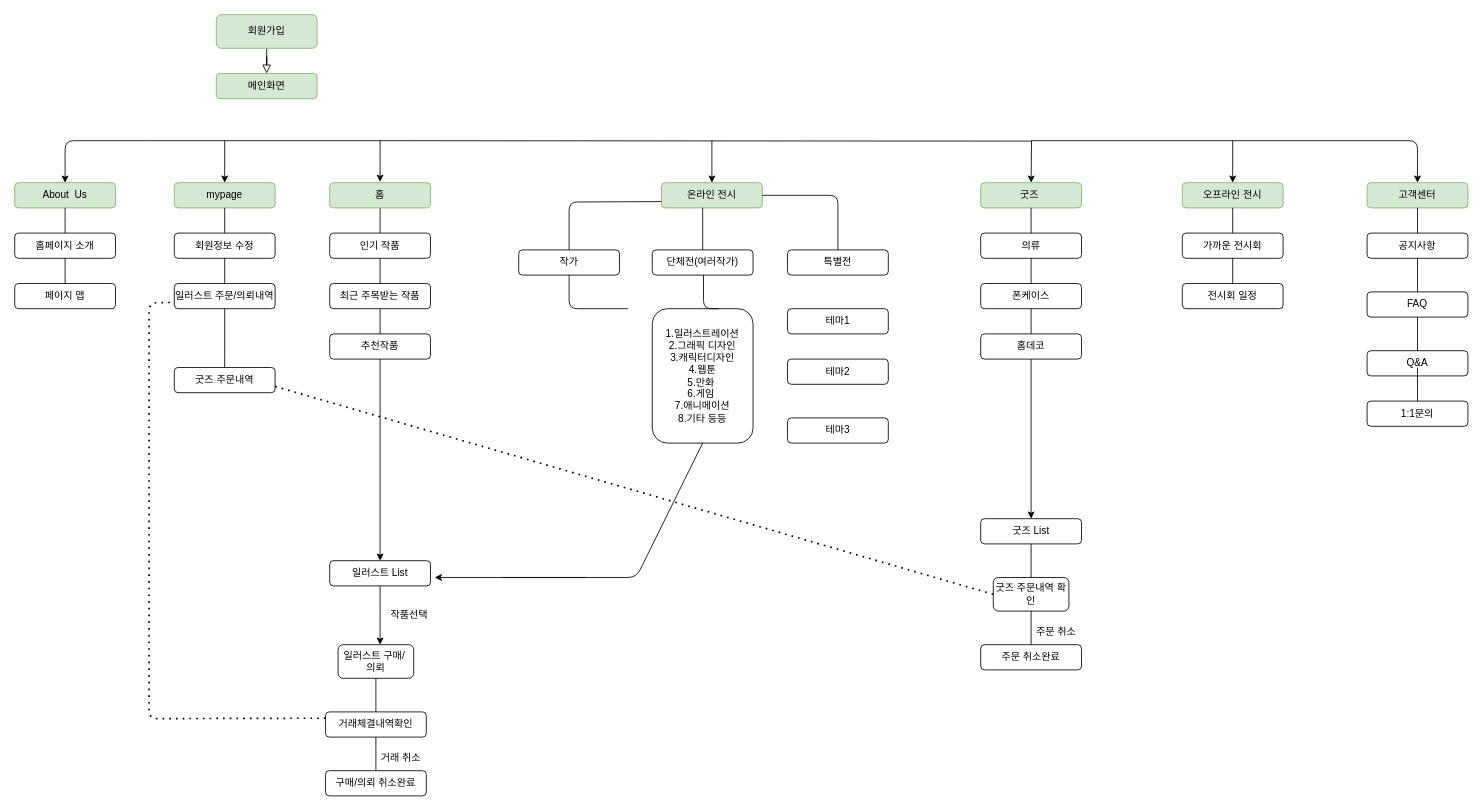
This is 일러스트거래웹flowchart01.drawio from hek316/temp, a draw.io file, before an edit. Source tidied: cells renumbered, new cells numbered last; positions are measured from the earlier drawing's top-left corner, leaving out a move shared by most shapes. Both pictures are drawn from the tidied source at 84%, with x=0, y=0 at pixel (14, 14).
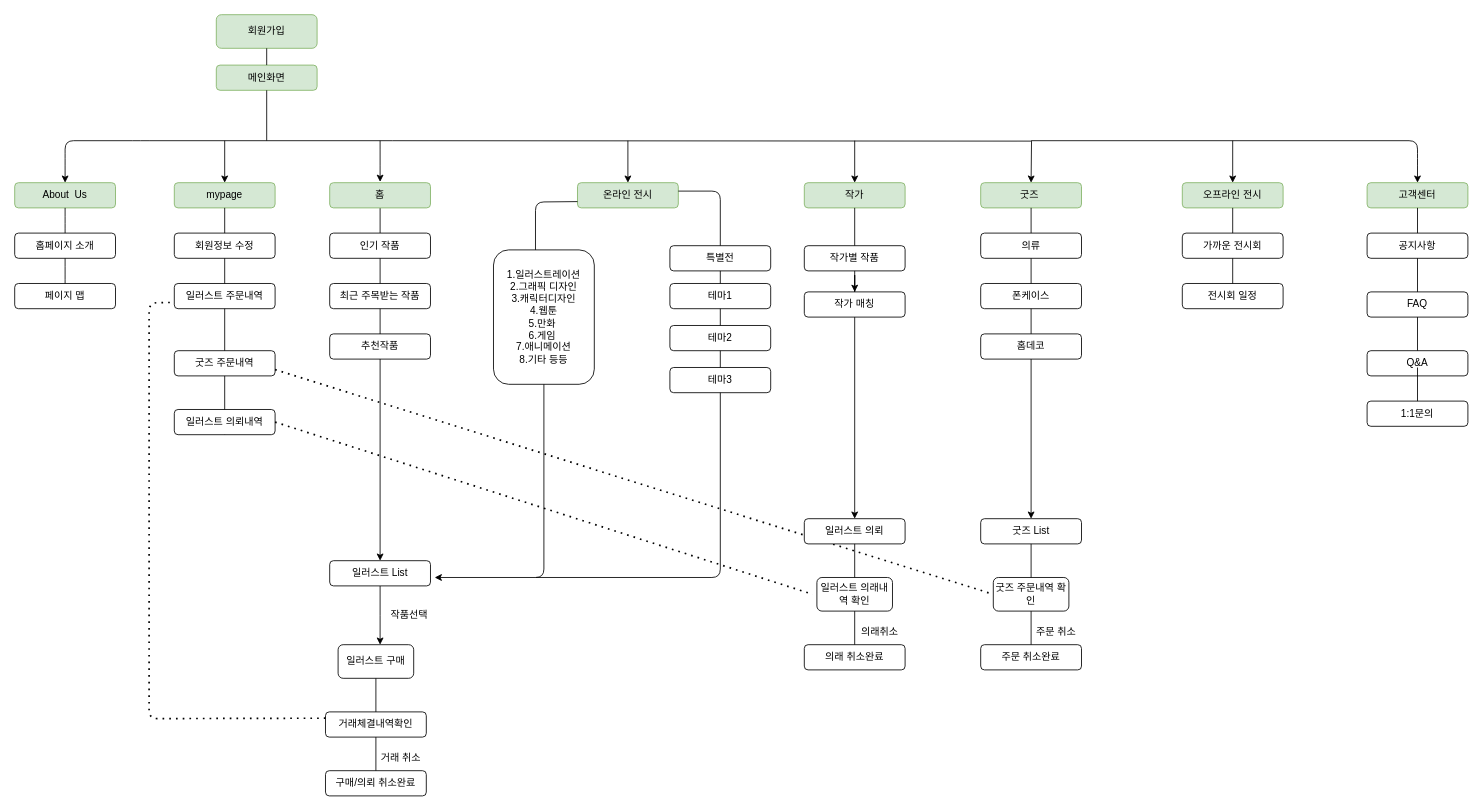
After the change.

Commit message (it also covers changes not shown here):
Update 일러스트거래웹flowchart01.drawio

Unchanged cells that the change refers to:
```xml
<mxCell id="3" value="회원가입" style="rounded=1;whiteSpace=wrap;html=1;fontSize=12;glass=0;strokeWidth=1;shadow=0;fillColor=#d5e8d4;strokeColor=#82b366;" parent="1" vertex="1">
  <mxGeometry x="240" width="120" height="40" as="geometry" />
</mxCell>
```

Diff of the diagram source:
```diff
@@
-    <mxCell id="2" style="rounded=0;html=1;jettySize=auto;fontSize=11;endArrow=block;endFill=0;endSize=8;strokeWidth=1;shadow=0;labelBackgroundColor=none;edgeStyle=orthogonalEdgeStyle;entryX=0.5;entryY=0;entryDx=0;entryDy=0;" parent="1" edge="1" source="3" target="4">
-      <mxGeometry relative="1" as="geometry" />
-    </mxCell>
@@
     <mxCell id="4" value="메인화면" style="rounded=1;whiteSpace=wrap;html=1;fontSize=12;glass=0;strokeWidth=1;shadow=0;fillColor=#d5e8d4;strokeColor=#82b366;" parent="1" vertex="1">
-      <mxGeometry x="240" y="70" width="120" height="30" as="geometry" />
+      <mxGeometry x="240" y="60" width="120" height="30" as="geometry" />
     </mxCell>
@@
-    <mxCell id="17" value="일러스트 구매/&amp;nbsp; 의뢰" style="rounded=1;whiteSpace=wrap;html=1;fontSize=12;glass=0;strokeWidth=1;shadow=0;" parent="1" vertex="1">
+    <mxCell id="17" value="일러스트 구매" style="rounded=1;whiteSpace=wrap;html=1;fontSize=12;glass=0;strokeWidth=1;shadow=0;" parent="1" vertex="1">
       <mxGeometry x="385" y="750" width="90" height="40" as="geometry" />
     </mxCell>
-    <mxCell id="18" value="일러스트 주문/의뢰내역" style="rounded=1;whiteSpace=wrap;html=1;fontSize=12;glass=0;strokeWidth=1;shadow=0;" parent="1" vertex="1">
+    <mxCell id="18" value="일러스트 주문내역" style="rounded=1;whiteSpace=wrap;html=1;fontSize=12;glass=0;strokeWidth=1;shadow=0;" parent="1" vertex="1">
       <mxGeometry x="190" y="320" width="120" height="30" as="geometry" />
     </mxCell>
@@
     <mxCell id="39" value="1.일러스트레이션&lt;br&gt;2.그래픽 디자인&lt;br&gt;3.캐릭터디자인&lt;br&gt;4.웹툰&lt;br&gt;5.만화&amp;nbsp;&lt;br&gt;6.게임&amp;nbsp;&lt;br&gt;7.애니메이션&lt;br&gt;8.기타 등등" style="rounded=1;whiteSpace=wrap;html=1;fontSize=12;glass=0;strokeWidth=1;shadow=0;" parent="1" vertex="1">
-      <mxGeometry x="759" y="350" width="120" height="160" as="geometry" />
+      <mxGeometry x="570" y="280" width="120" height="160" as="geometry" />
     </mxCell>
-    <mxCell id="40" style="endArrow=none;html=1;exitX=0.5;exitY=1;exitDx=0;exitDy=0;" parent="1" edge="1" source="39">
-      <mxGeometry relative="1" as="geometry">
-        <mxPoint x="580" y="670" as="targetPoint" />
-        <Array as="points">
-          <mxPoint x="740" y="670" />
-        </Array>
-      </mxGeometry>
-    </mxCell>
-    <mxCell id="41" style="endArrow=classic;html=1;" parent="1" edge="1">
+    <mxCell id="41" style="endArrow=classic;html=1;exitX=0.5;exitY=1;exitDx=0;exitDy=0;" parent="1" edge="1" source="39">
       <mxGeometry relative="1" as="geometry">
-        <mxPoint x="680" y="670" as="sourcePoint" />
         <mxPoint x="500" y="670" as="targetPoint" />
+        <Array as="points">
+          <mxPoint x="630" y="670" />
+        </Array>
       </mxGeometry>
     </mxCell>
@@
     <mxCell id="57" value="굿즈 주문내역" style="rounded=1;whiteSpace=wrap;html=1;fontSize=12;glass=0;strokeWidth=1;shadow=0;" parent="1" vertex="1">
-      <mxGeometry x="190" y="420" width="120" height="30" as="geometry" />
+      <mxGeometry x="190" y="400" width="120" height="30" as="geometry" />
     </mxCell>
-    <mxCell id="58" style="endArrow=none;html=1;entryX=0.5;entryY=1;entryDx=0;entryDy=0;exitX=0.5;exitY=0;exitDx=0;exitDy=0;" parent="1" edge="1" source="57">
+    <mxCell id="58" style="endArrow=none;html=1;entryX=0.5;entryY=1;entryDx=0;entryDy=0;" parent="1" edge="1" target="89">
       <mxGeometry relative="1" as="geometry">
-        <mxPoint x="250" y="410" as="targetPoint" />
+        <mxPoint x="250" y="430" as="sourcePoint" />
       </mxGeometry>
     </mxCell>
@@
     <mxCell id="71" value="온라인 전시" style="rounded=1;whiteSpace=wrap;html=1;fontSize=12;glass=0;strokeWidth=1;shadow=0;fillColor=#d5e8d4;strokeColor=#82b366;" parent="1" vertex="1">
-      <mxGeometry x="770" y="200" width="120" height="30" as="geometry" />
+      <mxGeometry x="670" y="200" width="120" height="30" as="geometry" />
     </mxCell>
     <mxCell id="72" style="endArrow=classic;html=1;entryX=0.5;entryY=0;entryDx=0;entryDy=0;" parent="1" edge="1" target="71">
       <mxGeometry relative="1" as="geometry">
-        <mxPoint x="830" y="150" as="sourcePoint" />
+        <mxPoint x="730" y="150" as="sourcePoint" />
       </mxGeometry>
     </mxCell>
-    <mxCell id="73" value="작가" style="rounded=1;whiteSpace=wrap;html=1;fontSize=12;glass=0;strokeWidth=1;shadow=0;" parent="1" vertex="1">
-      <mxGeometry x="600" y="280" width="120" height="30" as="geometry" />
-    </mxCell>
-    <mxCell id="74" style="endArrow=none;html=1;entryX=0.5;entryY=0;entryDx=0;entryDy=0;exitX=0;exitY=0.75;exitDx=0;exitDy=0;" parent="1" edge="1" source="71" target="73">
+    <mxCell id="74" style="endArrow=none;html=1;entryX=0.5;entryY=0;entryDx=0;entryDy=0;exitX=0;exitY=0.75;exitDx=0;exitDy=0;" parent="1" edge="1" source="71">
       <mxGeometry relative="1" as="geometry">
+        <mxPoint x="620" y="280" as="targetPoint" />
         <Array as="points">
-          <mxPoint x="660" y="223" />
+          <mxPoint x="620" y="223" />
         </Array>
       </mxGeometry>
     </mxCell>
-    <mxCell id="75" value="단체전(여러작가)" style="rounded=1;whiteSpace=wrap;html=1;fontSize=12;glass=0;strokeWidth=1;shadow=0;" parent="1" vertex="1">
-      <mxGeometry x="759" y="280" width="120" height="30" as="geometry" />
-    </mxCell>
-    <mxCell id="76" style="endArrow=none;html=1;exitX=0.5;exitY=1;exitDx=0;exitDy=0;entryX=0.5;entryY=0;entryDx=0;entryDy=0;" parent="1" edge="1">
-      <mxGeometry relative="1" as="geometry">
-        <mxPoint x="660" y="310" as="sourcePoint" />
-        <mxPoint x="730" y="350" as="targetPoint" />
-        <Array as="points">
-          <mxPoint x="660" y="350" />
-        </Array>
-      </mxGeometry>
-    </mxCell>
-    <mxCell id="77" style="endArrow=none;html=1;entryX=0.66;entryY=0;entryDx=0;entryDy=0;entryPerimeter=0;" parent="1" edge="1" target="39">
-      <mxGeometry relative="1" as="geometry">
-        <mxPoint x="820" y="310" as="sourcePoint" />
-        <Array as="points">
-          <mxPoint x="820" y="350" />
-        </Array>
-      </mxGeometry>
-    </mxCell>
     <mxCell id="78" value="특별전" style="rounded=1;whiteSpace=wrap;html=1;fontSize=12;glass=0;strokeWidth=1;shadow=0;" parent="1" vertex="1">
-      <mxGeometry x="920" y="280" width="120" height="30" as="geometry" />
+      <mxGeometry x="780" y="275" width="120" height="30" as="geometry" />
     </mxCell>
-    <mxCell id="79" style="endArrow=none;html=1;exitX=1;exitY=0.5;exitDx=0;exitDy=0;entryX=0.5;entryY=0;entryDx=0;entryDy=0;" parent="1" edge="1" source="71" target="78">
+    <mxCell id="79" style="endArrow=none;html=1;entryX=0.5;entryY=0;entryDx=0;entryDy=0;" parent="1" edge="1" target="78">
       <mxGeometry relative="1" as="geometry">
+        <mxPoint x="790" y="210" as="sourcePoint" />
         <Array as="points">
-          <mxPoint x="980" y="215" />
+          <mxPoint x="840" y="210" />
         </Array>
       </mxGeometry>
     </mxCell>
-    <mxCell id="80" style="endArrow=none;html=1;entryX=0.5;entryY=0;entryDx=0;entryDy=0;" parent="1" edge="1" target="75">
-      <mxGeometry relative="1" as="geometry">
-        <mxPoint x="819" y="230" as="sourcePoint" />
-      </mxGeometry>
-    </mxCell>
     <mxCell id="81" value="테마1" style="rounded=1;whiteSpace=wrap;html=1;fontSize=12;glass=0;strokeWidth=1;shadow=0;" parent="1" vertex="1">
-      <mxGeometry x="920" y="350" width="120" height="30" as="geometry" />
+      <mxGeometry x="780" y="320" width="120" height="30" as="geometry" />
     </mxCell>
     <mxCell id="82" value="테마2" style="rounded=1;whiteSpace=wrap;html=1;fontSize=12;glass=0;strokeWidth=1;shadow=0;" parent="1" vertex="1">
-      <mxGeometry x="920" y="410" width="120" height="30" as="geometry" />
+      <mxGeometry x="780" y="370" width="120" height="30" as="geometry" />
     </mxCell>
     <mxCell id="83" value="테마3" style="rounded=1;whiteSpace=wrap;html=1;fontSize=12;glass=0;strokeWidth=1;shadow=0;" parent="1" vertex="1">
-      <mxGeometry x="920" y="480" width="120" height="30" as="geometry" />
+      <mxGeometry x="780" y="420" width="120" height="30" as="geometry" />
     </mxCell>
+    <mxCell id="73" value="작가" style="rounded=1;whiteSpace=wrap;html=1;fontSize=12;glass=0;strokeWidth=1;shadow=0;fillColor=#d5e8d4;strokeColor=#82b366;" parent="1" vertex="1">
+      <mxGeometry x="940" y="200" width="120" height="30" as="geometry" />
+    </mxCell>
+    <mxCell id="84" style="endArrow=classic;html=1;entryX=0.5;entryY=0;entryDx=0;entryDy=0;" parent="1" edge="1" target="73">
+      <mxGeometry relative="1" as="geometry">
+        <mxPoint x="1000" y="150" as="sourcePoint" />
+      </mxGeometry>
+    </mxCell>
+    <mxCell id="85" value="작가별 작품" style="rounded=1;whiteSpace=wrap;html=1;fontSize=12;glass=0;strokeWidth=1;shadow=0;" parent="1" vertex="1">
+      <mxGeometry x="940" y="275" width="120" height="30" as="geometry" />
+    </mxCell>
+    <mxCell id="86" style="endArrow=none;html=1;exitX=0.5;exitY=1;exitDx=0;exitDy=0;entryX=0.5;entryY=0;entryDx=0;entryDy=0;" parent="1" edge="1" source="73" target="85">
+      <mxGeometry relative="1" as="geometry" />
+    </mxCell>
+    <mxCell id="87" style="endArrow=none;html=1;entryX=0.5;entryY=1;entryDx=0;entryDy=0;exitX=0.5;exitY=0;exitDx=0;exitDy=0;" parent="1" edge="1" source="4" target="3">
+      <mxGeometry relative="1" as="geometry" />
+    </mxCell>
+    <mxCell id="88" style="endArrow=none;html=1;entryX=0.5;entryY=1;entryDx=0;entryDy=0;" parent="1" edge="1" target="4">
+      <mxGeometry relative="1" as="geometry">
+        <mxPoint x="300" y="150" as="sourcePoint" />
+      </mxGeometry>
+    </mxCell>
+    <mxCell id="89" value="일러스트 의뢰내역" style="rounded=1;whiteSpace=wrap;html=1;fontSize=12;glass=0;strokeWidth=1;shadow=0;" parent="1" vertex="1">
+      <mxGeometry x="190" y="470" width="120" height="30" as="geometry" />
+    </mxCell>
+    <mxCell id="90" style="edgeStyle=orthogonalEdgeStyle;rounded=0;jettySize=auto;html=1;" parent="1" edge="1" source="91">
+      <mxGeometry relative="1" as="geometry">
+        <mxPoint x="1000" y="330" as="targetPoint" />
+      </mxGeometry>
+    </mxCell>
+    <mxCell id="91" value="작가 매칭" style="rounded=1;whiteSpace=wrap;html=1;fontSize=12;glass=0;strokeWidth=1;shadow=0;" parent="1" vertex="1">
+      <mxGeometry x="940" y="330" width="120" height="30" as="geometry" />
+    </mxCell>
+    <mxCell id="92" style="endArrow=none;html=1;exitX=0.5;exitY=1;exitDx=0;exitDy=0;entryX=0.5;entryY=0;entryDx=0;entryDy=0;" parent="1" edge="1" target="91">
+      <mxGeometry relative="1" as="geometry">
+        <mxPoint x="1000" y="305" as="sourcePoint" />
+      </mxGeometry>
+    </mxCell>
+    <mxCell id="93" value="일러스트 의뢰" style="rounded=1;whiteSpace=wrap;html=1;fontSize=12;glass=0;strokeWidth=1;shadow=0;" parent="1" vertex="1">
+      <mxGeometry x="940" y="600" width="120" height="30" as="geometry" />
+    </mxCell>
+    <mxCell id="94" style="endArrow=classic;html=1;entryX=0.5;entryY=0;entryDx=0;entryDy=0;exitX=0.5;exitY=1;exitDx=0;exitDy=0;" parent="1" edge="1" source="91" target="93">
+      <mxGeometry relative="1" as="geometry" />
+    </mxCell>
+    <mxCell id="95" value="일러스트 의래내역 확인" style="rounded=1;whiteSpace=wrap;html=1;fontSize=12;glass=0;strokeWidth=1;shadow=0;" parent="1" vertex="1">
+      <mxGeometry x="955" y="670" width="90" height="40" as="geometry" />
+    </mxCell>
+    <mxCell id="96" value="의래 취소완료" style="rounded=1;whiteSpace=wrap;html=1;fontSize=12;glass=0;strokeWidth=1;shadow=0;" parent="1" vertex="1">
+      <mxGeometry x="940" y="750" width="120" height="30" as="geometry" />
+    </mxCell>
+    <mxCell id="97" style="endArrow=none;html=1;exitX=0.5;exitY=1;exitDx=0;exitDy=0;entryX=0.5;entryY=0;entryDx=0;entryDy=0;" parent="1" edge="1" target="96">
+      <mxGeometry relative="1" as="geometry">
+        <mxPoint x="1000" y="710" as="sourcePoint" />
+      </mxGeometry>
+    </mxCell>
+    <mxCell id="98" value="의래취소" style="text;html=1;strokeColor=none;fillColor=none;align=center;verticalAlign=middle;whiteSpace=wrap;rounded=0;" parent="1" vertex="1">
+      <mxGeometry x="975" y="730" width="110" height="10" as="geometry" />
+    </mxCell>
+    <mxCell id="99" style="endArrow=none;dashed=1;html=1;dashPattern=1 3;strokeWidth=2;exitX=1;exitY=0.5;exitDx=0;exitDy=0;" parent="1" edge="1" source="89">
+      <mxGeometry relative="1" as="geometry">
+        <mxPoint x="950" y="690" as="targetPoint" />
+      </mxGeometry>
+    </mxCell>
+    <mxCell id="100" style="endArrow=none;html=1;entryX=0.5;entryY=0;entryDx=0;entryDy=0;" parent="1" edge="1" target="95">
+      <mxGeometry relative="1" as="geometry">
+        <mxPoint x="1000" y="630" as="sourcePoint" />
+      </mxGeometry>
+    </mxCell>
+    <mxCell id="101" style="endArrow=none;html=1;entryX=0.5;entryY=1;entryDx=0;entryDy=0;" parent="1" edge="1" target="83">
+      <mxGeometry relative="1" as="geometry">
+        <mxPoint x="620" y="670" as="sourcePoint" />
+        <Array as="points">
+          <mxPoint x="840" y="670" />
+        </Array>
+      </mxGeometry>
+    </mxCell>
+    <mxCell id="102" style="endArrow=none;html=1;entryX=0.5;entryY=1;entryDx=0;entryDy=0;exitX=0.5;exitY=0;exitDx=0;exitDy=0;" parent="1" edge="1" source="81" target="78">
+      <mxGeometry relative="1" as="geometry" />
+    </mxCell>
+    <mxCell id="103" style="endArrow=none;html=1;entryX=0.5;entryY=1;entryDx=0;entryDy=0;" parent="1" edge="1" target="81">
+      <mxGeometry relative="1" as="geometry">
+        <mxPoint x="840" y="370" as="sourcePoint" />
+      </mxGeometry>
+    </mxCell>
+    <mxCell id="104" style="endArrow=none;html=1;" parent="1" edge="1">
+      <mxGeometry relative="1" as="geometry">
+        <mxPoint x="840" y="420" as="sourcePoint" />
+        <mxPoint x="840" y="400" as="targetPoint" />
+      </mxGeometry>
+    </mxCell>
```
